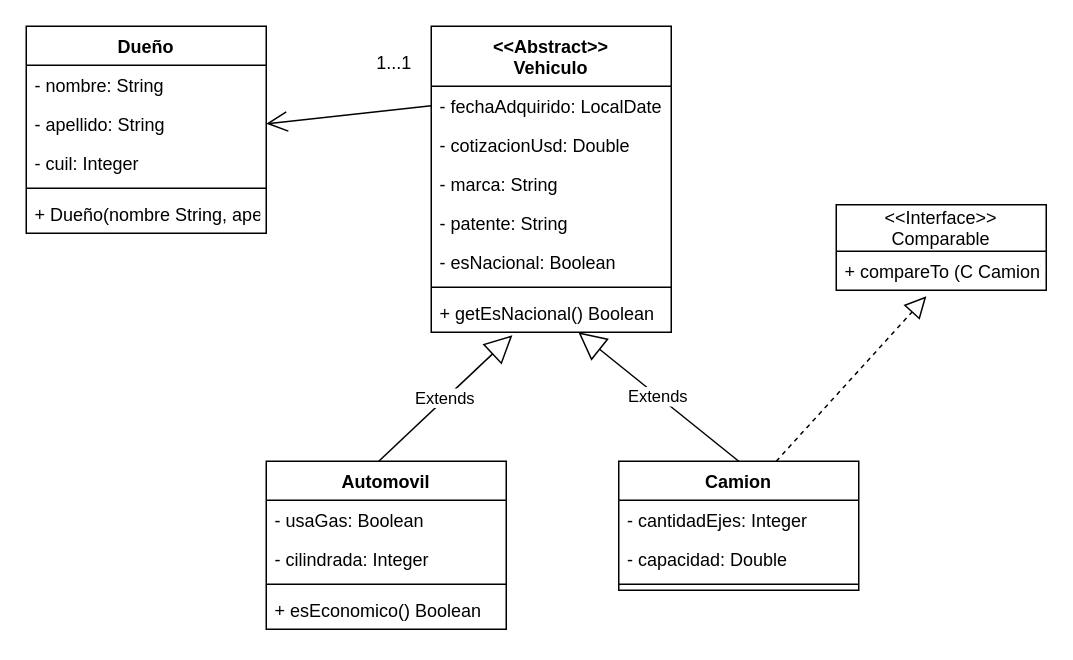
The draw.io diagram parcialPOO_MolinaIgnacio_Diagrama.drawio in NachoMol/POO, before the edit. Source tidied: cells renumbered, new cells numbered last; positions are measured from the earlier drawing's top-left corner, leaving out a move shared by most shapes. Both pictures are drawn from the tidied source at 150%, with x=0, y=0 at pixel (26, 26).
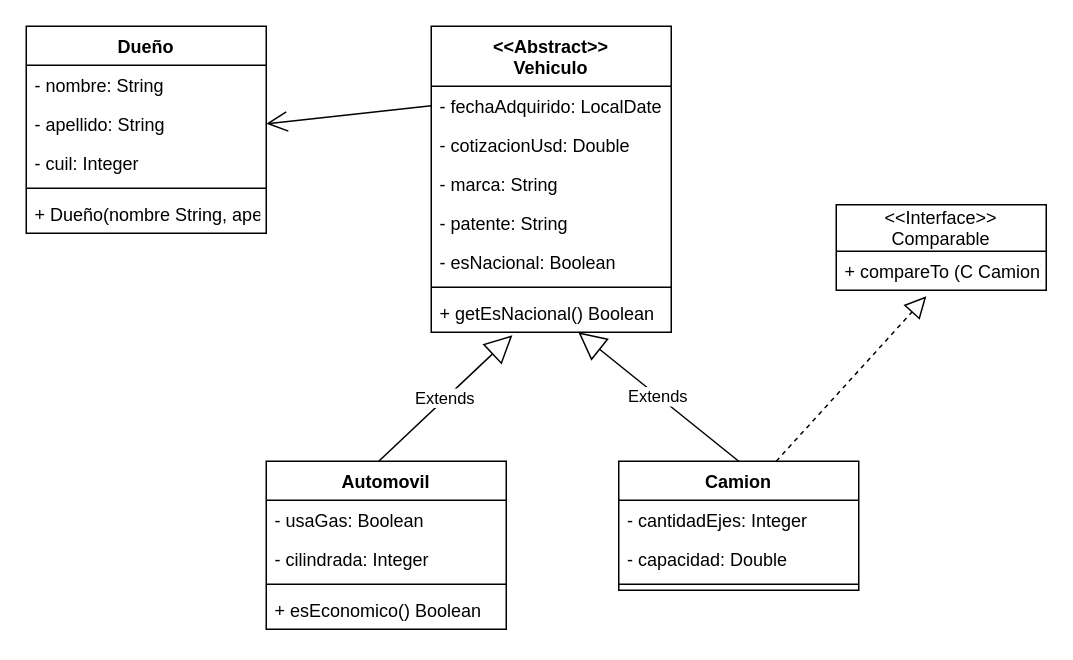
After the change.

The edit, as a diff of the source:
```diff
@@
-    <mxCell id="17" value="1...1" style="text;html=1;align=center;verticalAlign=middle;strokeColor=none;fillColor=none;" parent="1" vertex="1">
-      <mxGeometry x="220" y="10" width="50" height="30" as="geometry" />
-    </mxCell>
```
